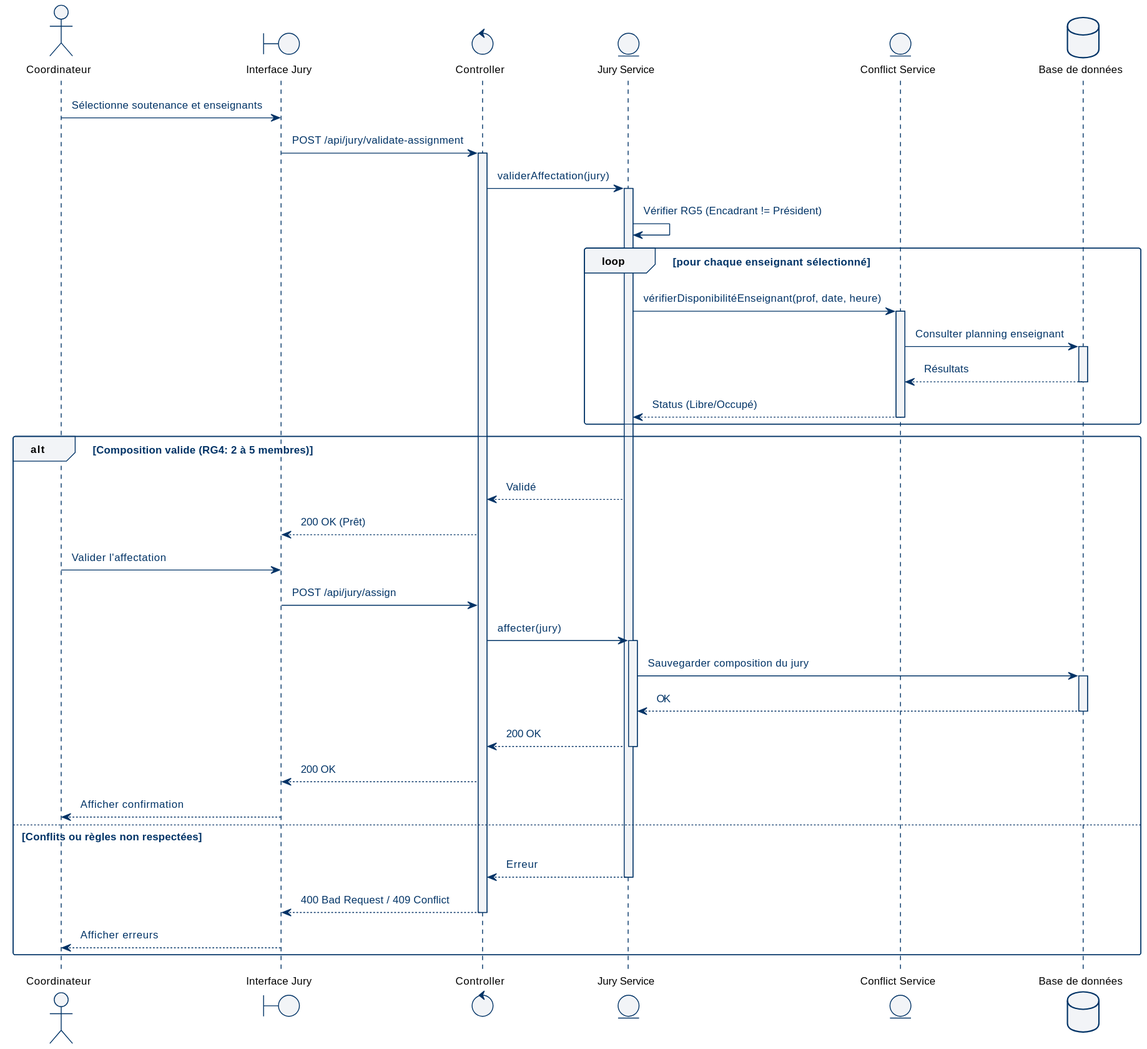
The PlantUML diagram docs/diagrams/svg/seq_jury_assignment.svg in abdelaziz-ebourki/system-gestion-soutenance, before a commit.
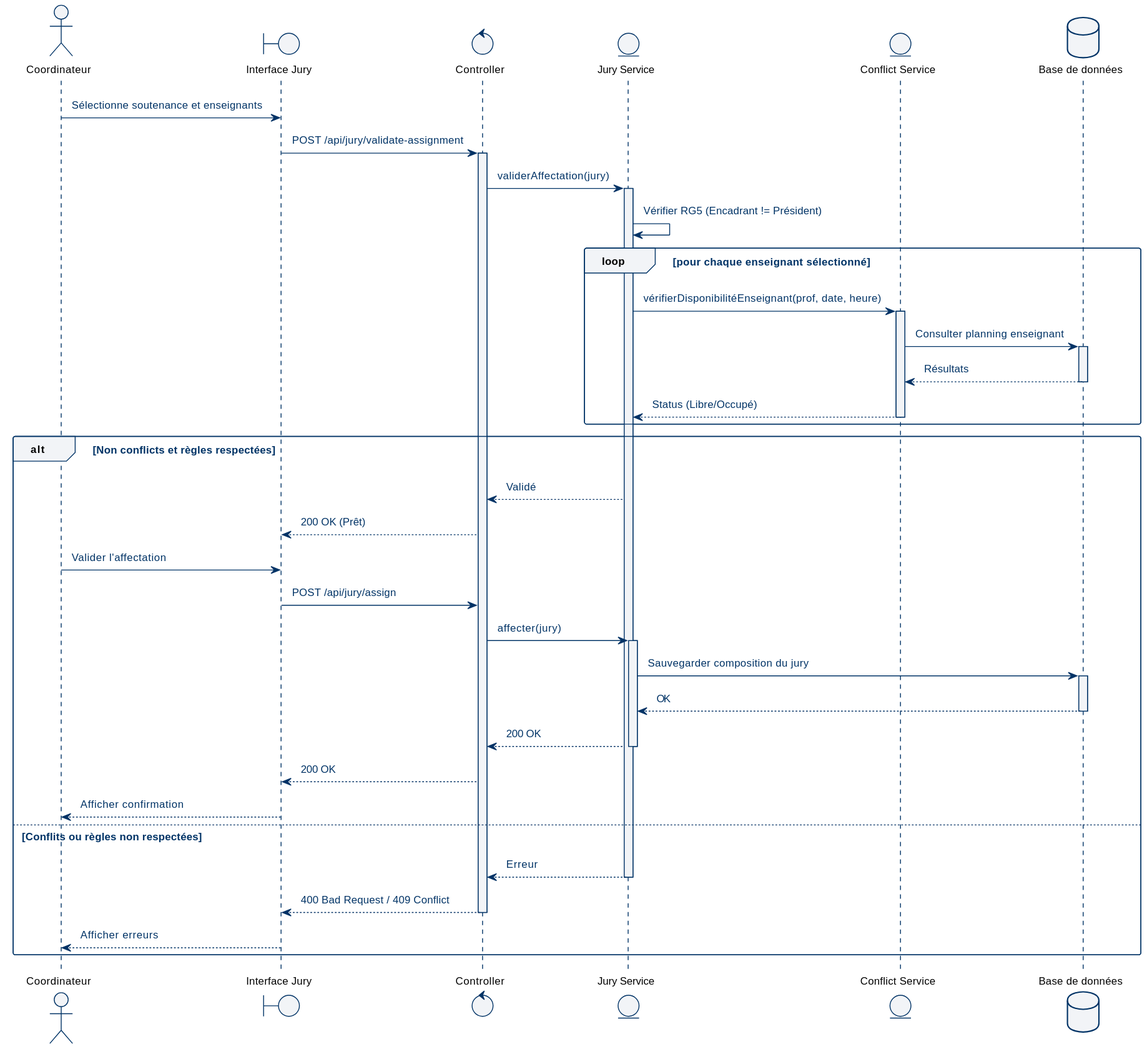
Later version of the same file.

Change to the diagram source:
```diff
@@ -28,7 +28,7 @@
     deactivate Conflict
 end
 
-alt Composition valide (RG4: 2 à 5 membres)
+alt Non conflicts et règles respectées
     Service --> Controller : Validé
     Controller --> Front : 200 OK (Prêt)
     Coord -> Front : Valider l'affectation
```
